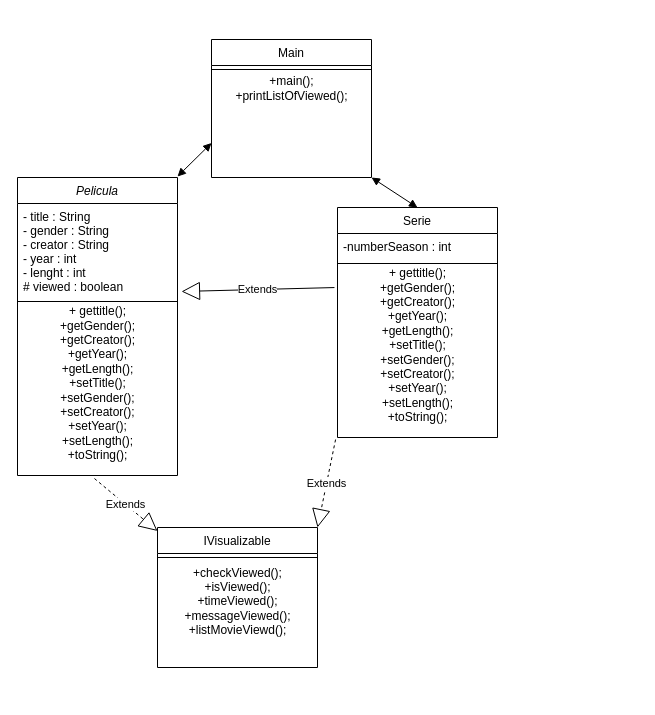
The draw.io diagram netflixDiagram.drawio in alfabcd7/MovieScript, before the edit. Source tidied: cells renumbered, new cells numbered last; positions are measured from the earlier drawing's top-left corner, leaving out a move shared by most shapes. Both pictures are drawn from the tidied source at 100%, with x=0, y=0 at pixel (17, 39).
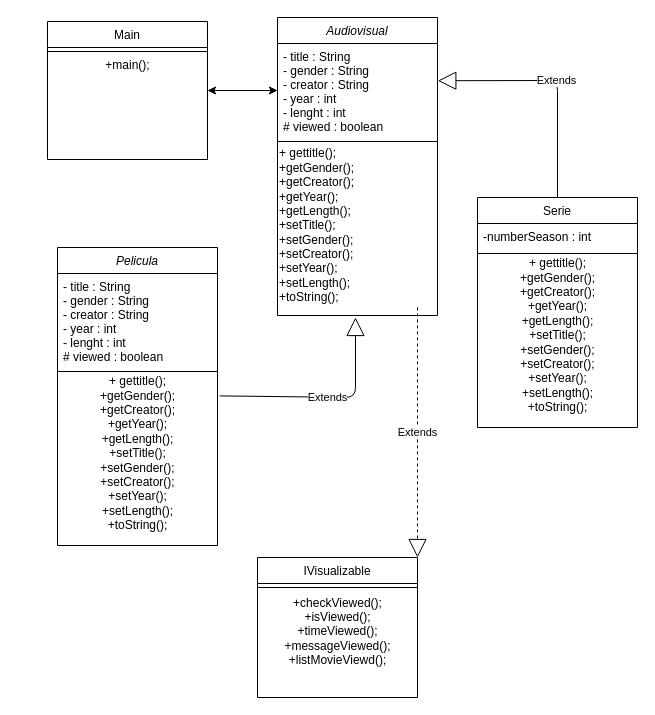
The same page after the edit.

The change refers to these unchanged cells:
```xml
<mxCell id="3" value="- title : String&#10;- gender : String&#10;- creator : String&#10;- year : int&#10;- lenght : int&#10;# viewed : boolean &#10;" style="text;align=left;verticalAlign=top;spacingLeft=4;spacingRight=4;overflow=hidden;points=[[0,0.5],[1,0.5]];portConstraint=eastwest;" parent="2" vertex="1">
  <mxGeometry y="26" width="160" height="94" as="geometry" />
</mxCell>
<mxCell id="5" value="+ gettitle();&lt;br&gt;+getGender();&lt;br&gt;+getCreator();&lt;br&gt;+getYear();&lt;br&gt;+getLength();&lt;br&gt;+setTitle();&lt;br&gt;+setGender();&lt;br&gt;+setCreator();&lt;br&gt;+setYear();&lt;br&gt;+setLength();&lt;br&gt;+toString();&lt;br&gt;&lt;br&gt;" style="text;html=1;align=center;verticalAlign=middle;points=[];" parent="2" vertex="1">
  <mxGeometry y="128" width="160" height="170" as="geometry" />
</mxCell>
<mxCell id="17" value="+ gettitle();&lt;br&gt;+getGender();&lt;br&gt;+getCreator();&lt;br&gt;+getYear();&lt;br&gt;+getLength();&lt;br&gt;+setTitle();&lt;br&gt;+setGender();&lt;br&gt;+setCreator();&lt;br&gt;+setYear();&lt;br&gt;+setLength();&lt;br&gt;+toString();&lt;br&gt;&lt;br&gt;" style="text;html=1;align=center;verticalAlign=middle;points=[];" parent="14" vertex="1">
  <mxGeometry y="60" width="160" height="170" as="geometry" />
</mxCell>
```

The edit, as a diff of the source:
```diff
@@
     <mxCell id="2" value="Pelicula" style="swimlane;fontStyle=2;align=center;verticalAlign=top;horizontal=1;startSize=26;rounded=0;shadow=0;strokeWidth=1;" parent="1" vertex="1">
-      <mxGeometry y="138" width="160" height="298" as="geometry" />
+      <mxGeometry x="40" y="208" width="160" height="298" as="geometry" />
     </mxCell>
@@
-    <mxCell id="6" value="Extends" style="endArrow=block;endSize=16;endFill=0;html=1;entryX=1.025;entryY=0.936;entryDx=0;entryDy=0;entryPerimeter=0;exitX=-0.019;exitY=0.118;exitDx=0;exitDy=0;exitPerimeter=0;" parent="1" edge="1" source="17" target="3">
-      <mxGeometry relative="1" as="geometry" />
-    </mxCell>
-    <mxCell id="7" style="endArrow=block;startArrow=block;endFill=1;startFill=1;html=1;exitX=0.5;exitY=0;exitDx=0;exitDy=0;entryX=1;entryY=1;entryDx=0;entryDy=0;" parent="1" edge="1" source="14" target="11">
-      <mxGeometry relative="1" as="geometry" />
-    </mxCell>
-    <mxCell id="8" style="endArrow=block;startArrow=block;endFill=1;startFill=1;html=1;exitX=0.5;exitY=0;exitDx=0;exitDy=0;entryX=0;entryY=0.75;entryDx=0;entryDy=0;" parent="1" edge="1" target="11">
-      <mxGeometry relative="1" as="geometry">
-        <mxPoint x="160" y="137" as="sourcePoint" />
-      </mxGeometry>
-    </mxCell>
-    <mxCell id="9" value="Extends" style="endArrow=block;endSize=16;endFill=0;html=1;exitX=0.481;exitY=1.018;exitDx=0;exitDy=0;exitPerimeter=0;dashed=1;strokeWidth=1;" parent="1" edge="1" source="5" target="18">
-      <mxGeometry relative="1" as="geometry" />
-    </mxCell>
-    <mxCell id="10" value="Extends" style="endArrow=block;endSize=16;endFill=0;html=1;exitX=-0.012;exitY=1.012;exitDx=0;exitDy=0;exitPerimeter=0;entryX=1;entryY=0;entryDx=0;entryDy=0;dashed=1;" parent="1" edge="1" source="17" target="18">
+    <mxCell id="10" value="Extends" style="endArrow=block;endSize=16;endFill=0;html=1;entryX=1;entryY=0;entryDx=0;entryDy=0;dashed=1;exitX=0.875;exitY=1.012;exitDx=0;exitDy=0;exitPerimeter=0;" parent="1" edge="1" source="24" target="18">
       <mxGeometry relative="1" as="geometry" />
     </mxCell>
     <mxCell id="11" value="Main" style="swimlane;fontStyle=0;align=center;verticalAlign=top;horizontal=1;startSize=26;rounded=0;shadow=0;strokeWidth=1;" parent="1" vertex="1">
-      <mxGeometry x="194" width="160" height="138" as="geometry" />
+      <mxGeometry x="30" y="-18" width="160" height="138" as="geometry" />
     </mxCell>
@@
-    <mxCell id="13" value="+main();&lt;br&gt;+printListOfViewed();" style="text;html=1;align=center;verticalAlign=middle;" parent="11" vertex="1">
-      <mxGeometry y="34" width="160" height="30" as="geometry" />
+    <mxCell id="13" value="+main();" style="text;html=1;align=center;verticalAlign=middle;" parent="11" vertex="1">
+      <mxGeometry y="34" width="160" height="20" as="geometry" />
     </mxCell>
     <mxCell id="14" value="Serie" style="swimlane;fontStyle=0;align=center;verticalAlign=top;horizontal=1;startSize=26;rounded=0;shadow=0;strokeWidth=1;" parent="1" vertex="1">
-      <mxGeometry x="320" y="168" width="160" height="230" as="geometry" />
+      <mxGeometry x="460" y="158" width="160" height="230" as="geometry" />
     </mxCell>
@@
     <mxCell id="18" value="IVisualizable" style="swimlane;fontStyle=0;align=center;verticalAlign=top;horizontal=1;startSize=26;rounded=0;shadow=0;strokeWidth=1;" parent="1" vertex="1">
-      <mxGeometry x="140" y="488" width="160" height="140" as="geometry" />
+      <mxGeometry x="240" y="518" width="160" height="140" as="geometry" />
     </mxCell>
@@
+    <mxCell id="21" value="Audiovisual" style="swimlane;fontStyle=2;align=center;verticalAlign=top;horizontal=1;startSize=26;rounded=0;shadow=0;strokeWidth=1;" parent="1" vertex="1">
+      <mxGeometry x="260" y="-22" width="160" height="298" as="geometry" />
+    </mxCell>
+    <mxCell id="22" value="- title : String&#10;- gender : String&#10;- creator : String&#10;- year : int&#10;- lenght : int&#10;# viewed : boolean &#10;" style="text;align=left;verticalAlign=top;spacingLeft=4;spacingRight=4;overflow=hidden;points=[[0,0.5],[1,0.5]];portConstraint=eastwest;" parent="21" vertex="1">
+      <mxGeometry y="26" width="160" height="94" as="geometry" />
+    </mxCell>
+    <mxCell id="23" style="line;html=1;strokeWidth=1;align=left;verticalAlign=middle;spacingTop=-1;spacingLeft=3;spacingRight=3;labelPosition=right;" parent="21" vertex="1">
+      <mxGeometry y="120" width="160" height="8" as="geometry" />
+    </mxCell>
+    <mxCell id="24" value="+ gettitle();&lt;br&gt;+getGender();&lt;br&gt;+getCreator();&lt;br&gt;+getYear();&lt;br&gt;+getLength();&lt;br&gt;+setTitle();&lt;br&gt;+setGender();&lt;br&gt;+setCreator();&lt;br&gt;+setYear();&lt;br&gt;+setLength();&lt;br&gt;+toString();&lt;br&gt;" style="text;html=1;align=left;verticalAlign=middle;points=[];" parent="21" vertex="1">
+      <mxGeometry y="128" width="160" height="160" as="geometry" />
+    </mxCell>
+    <mxCell id="25" style="endArrow=classic;startArrow=classic;html=1;exitX=1;exitY=0.5;exitDx=0;exitDy=0;entryX=0;entryY=0.5;entryDx=0;entryDy=0;" parent="1" edge="1" source="11" target="22">
+      <mxGeometry relative="1" as="geometry" />
+    </mxCell>
+    <mxCell id="26" value="Extends" style="endArrow=block;endSize=16;endFill=0;html=1;exitX=0.5;exitY=0;exitDx=0;exitDy=0;entryX=1.002;entryY=0.396;entryDx=0;entryDy=0;entryPerimeter=0;" parent="1" edge="1" source="14" target="22">
+      <mxGeometry relative="1" as="geometry">
+        <Array as="points">
+          <mxPoint x="540" y="41" />
+        </Array>
+      </mxGeometry>
+    </mxCell>
+    <mxCell id="27" value="Extends" style="endArrow=block;endSize=16;endFill=0;html=1;exitX=1.013;exitY=0.12;exitDx=0;exitDy=0;exitPerimeter=0;" parent="1" edge="1" source="5">
+      <mxGeometry relative="1" as="geometry">
+        <mxPoint x="338" y="278" as="targetPoint" />
+        <Array as="points">
+          <mxPoint x="338" y="358" />
+        </Array>
+      </mxGeometry>
+    </mxCell>
```
